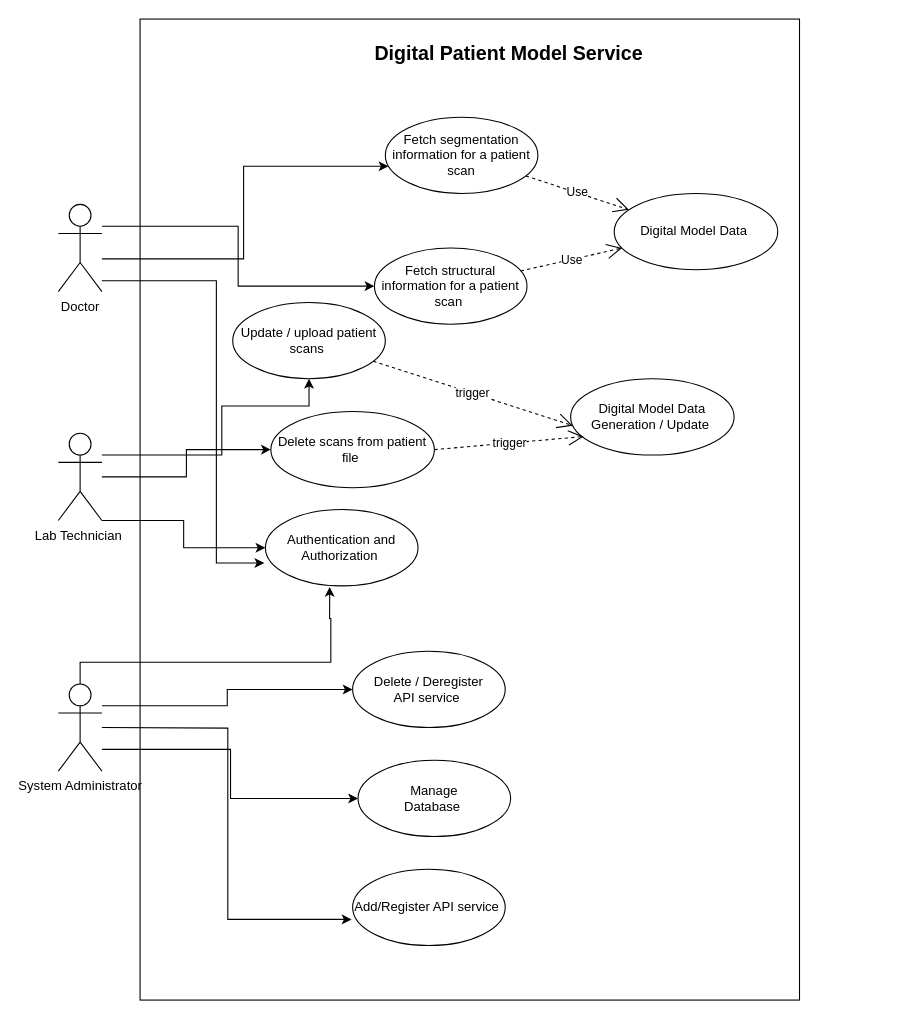
Before: ArchitectureTaskDiagram/usecase-1.drawio in bsuman/jobrelatred, a draw.io diagram. Source tidied: cells renumbered, new cells numbered last; positions are measured from the earlier drawing's top-left corner, leaving out a move shared by most shapes. Both pictures are drawn from the tidied source at 109%, with x=0, y=0 at pixel (58, 19).
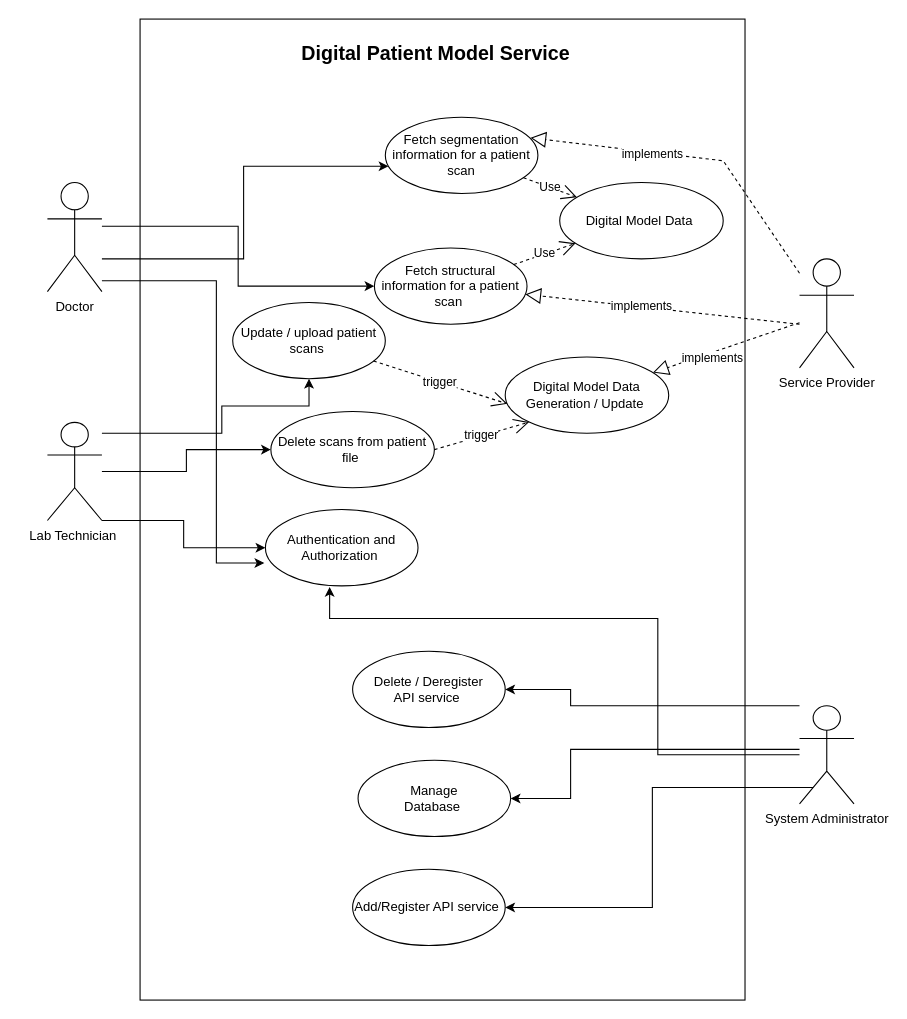
The same page after the edit.

Unchanged cells that the change refers to:
```xml
<mxCell id="16" value="Update / upload patient scans&amp;nbsp;" style="ellipse;whiteSpace=wrap;html=1;" parent="1" vertex="1">
  <mxGeometry x="160" y="260" width="140" height="70" as="geometry" />
</mxCell>
<mxCell id="17" value="Delete scans from patient file&amp;nbsp;" style="ellipse;whiteSpace=wrap;html=1;" parent="1" vertex="1">
  <mxGeometry x="195" y="360" width="150" height="70" as="geometry" />
</mxCell>
<mxCell id="18" value="Fetch structural information for a patient scan&amp;nbsp;" style="ellipse;whiteSpace=wrap;html=1;" parent="1" vertex="1">
  <mxGeometry x="290" y="210" width="140" height="70" as="geometry" />
</mxCell>
<mxCell id="19" value="Fetch segmentation information for a patient scan" style="ellipse;whiteSpace=wrap;html=1;" parent="1" vertex="1">
  <mxGeometry x="300" y="90" width="140" height="70" as="geometry" />
</mxCell>
<mxCell id="20" value="Add/Register API service&amp;nbsp;" style="ellipse;whiteSpace=wrap;html=1;" parent="1" vertex="1">
  <mxGeometry x="270" y="780" width="140" height="70" as="geometry" />
</mxCell>
<mxCell id="21" value="Manage &lt;br&gt;Database&amp;nbsp;" style="ellipse;whiteSpace=wrap;html=1;" parent="1" vertex="1">
  <mxGeometry x="275" y="680" width="140" height="70" as="geometry" />
</mxCell>
<mxCell id="22" value="Delete / Deregister &lt;br&gt;API service&amp;nbsp;" style="ellipse;whiteSpace=wrap;html=1;" parent="1" vertex="1">
  <mxGeometry x="270" y="580" width="140" height="70" as="geometry" />
</mxCell>
<mxCell id="23" value="Authentication and Authorization&amp;nbsp;" style="ellipse;whiteSpace=wrap;html=1;" parent="1" vertex="1">
  <mxGeometry x="190" y="450" width="140" height="70" as="geometry" />
</mxCell>
```

Change to the diagram source:
```diff
@@
     <mxCell id="2" style="rounded=0;whiteSpace=wrap;html=1;" parent="1" vertex="1">
-      <mxGeometry x="75" width="605" height="900" as="geometry" />
+      <mxGeometry x="75" width="555" height="900" as="geometry" />
     </mxCell>
@@
     <mxCell id="6" value="Doctor" style="shape=umlActor;verticalLabelPosition=bottom;verticalAlign=top;html=1;" parent="1" vertex="1">
-      <mxGeometry y="170" width="40" height="80" as="geometry" />
+      <mxGeometry x="-10" y="150" width="50" height="100" as="geometry" />
     </mxCell>
@@
     <mxCell id="8" style="edgeStyle=orthogonalEdgeStyle;rounded=0;jettySize=auto;html=1;" parent="1" edge="1" source="10" target="16">
       <mxGeometry relative="1" as="geometry">
         <Array as="points">
-          <mxPoint x="150" y="400" />
+          <mxPoint x="150" y="380" />
           <mxPoint x="150" y="355" />
+          <mxPoint x="230" y="355" />
         </Array>
       </mxGeometry>
     </mxCell>
@@
     <mxCell id="10" value="Lab Technician&amp;nbsp;" style="shape=umlActor;verticalLabelPosition=bottom;verticalAlign=top;html=1;" parent="1" vertex="1">
-      <mxGeometry y="380" width="40" height="80" as="geometry" />
+      <mxGeometry x="-10" y="370" width="50" height="90" as="geometry" />
     </mxCell>
-    <mxCell id="11" style="edgeStyle=orthogonalEdgeStyle;rounded=0;jettySize=auto;html=1;entryX=-0.007;entryY=0.657;entryDx=0;entryDy=0;entryPerimeter=0;" parent="1" edge="1" target="20">
-      <mxGeometry relative="1" as="geometry">
-        <mxPoint x="40" y="650" as="sourcePoint" />
-      </mxGeometry>
+    <mxCell id="11" style="edgeStyle=orthogonalEdgeStyle;rounded=0;jettySize=auto;html=1;entryX=1;entryY=0.5;entryDx=0;entryDy=0;exitX=0.25;exitY=0.833;exitDx=0;exitDy=0;exitPerimeter=0;" parent="1" edge="1" source="15" target="20">
+      <mxGeometry relative="1" as="geometry" />
     </mxCell>
     <mxCell id="12" style="edgeStyle=orthogonalEdgeStyle;rounded=0;jettySize=auto;html=1;" parent="1" edge="1" source="15" target="22">
       <mxGeometry relative="1" as="geometry">
         <Array as="points">
-          <mxPoint x="155" y="630" />
-          <mxPoint x="155" y="615" />
+          <mxPoint x="470" y="630" />
+          <mxPoint x="470" y="615" />
         </Array>
       </mxGeometry>
     </mxCell>
-    <mxCell id="13" style="edgeStyle=orthogonalEdgeStyle;rounded=0;jettySize=auto;html=1;entryX=0;entryY=0.5;entryDx=0;entryDy=0;" parent="1" edge="1" source="15" target="21">
+    <mxCell id="13" style="edgeStyle=orthogonalEdgeStyle;rounded=0;jettySize=auto;html=1;entryX=1;entryY=0.5;entryDx=0;entryDy=0;" parent="1" edge="1" source="15" target="21">
       <mxGeometry relative="1" as="geometry">
         <Array as="points">
-          <mxPoint x="158" y="670" />
-          <mxPoint x="158" y="715" />
+          <mxPoint x="470" y="670" />
+          <mxPoint x="470" y="715" />
         </Array>
       </mxGeometry>
     </mxCell>
     <mxCell id="14" style="edgeStyle=orthogonalEdgeStyle;rounded=0;jettySize=auto;html=1;entryX=0.421;entryY=1.014;entryDx=0;entryDy=0;entryPerimeter=0;" parent="1" edge="1" source="15" target="23">
       <mxGeometry relative="1" as="geometry">
         <Array as="points">
-          <mxPoint x="20" y="590" />
-          <mxPoint x="250" y="590" />
-          <mxPoint x="250" y="550" />
+          <mxPoint x="550" y="675" />
+          <mxPoint x="550" y="550" />
           <mxPoint x="249" y="550" />
         </Array>
       </mxGeometry>
     </mxCell>
     <mxCell id="15" value="System Administrator" style="shape=umlActor;verticalLabelPosition=bottom;verticalAlign=top;html=1;" parent="1" vertex="1">
-      <mxGeometry y="610" width="40" height="80" as="geometry" />
+      <mxGeometry x="680" y="630" width="50" height="90" as="geometry" />
     </mxCell>
@@
     <mxCell id="24" value="Digital Model Data&amp;nbsp;" style="ellipse;whiteSpace=wrap;html=1;" parent="1" vertex="1">
-      <mxGeometry x="510" y="160" width="150" height="70" as="geometry" />
+      <mxGeometry x="460" y="150" width="150" height="70" as="geometry" />
     </mxCell>
@@
     <mxCell id="28" value="Digital Model Data&lt;br&gt;Generation / Update&amp;nbsp;" style="ellipse;whiteSpace=wrap;html=1;" parent="1" vertex="1">
-      <mxGeometry x="470" y="330" width="150" height="70" as="geometry" />
+      <mxGeometry x="410" y="310" width="150" height="70" as="geometry" />
     </mxCell>
-    <mxCell id="29" value="trigger" style="endArrow=open;endSize=12;dashed=1;html=1;rounded=0;entryX=0.013;entryY=0.614;entryDx=0;entryDy=0;entryPerimeter=0;exitX=1;exitY=0.5;exitDx=0;exitDy=0;" parent="1" edge="1" source="17">
-      <mxGeometry relative="1" as="geometry">
-        <mxPoint x="482" y="383" as="targetPoint" />
-      </mxGeometry>
+    <mxCell id="29" value="trigger" style="endArrow=open;endSize=12;dashed=1;html=1;rounded=0;entryX=0;entryY=1;entryDx=0;entryDy=0;exitX=1;exitY=0.5;exitDx=0;exitDy=0;" parent="1" edge="1" source="17" target="28">
+      <mxGeometry relative="1" as="geometry" />
     </mxCell>
     <mxCell id="30" value="&lt;font style=&quot;font-size: 18px;&quot;&gt;Digital Patient Model Service&lt;/font&gt;" style="text;strokeColor=none;fillColor=none;html=1;fontSize=24;fontStyle=1;verticalAlign=middle;align=center;" parent="1" vertex="1">
-      <mxGeometry x="245" y="10" width="335" height="40" as="geometry" />
+      <mxGeometry x="178" y="10" width="335" height="40" as="geometry" />
     </mxCell>
+    <mxCell id="31" value="Service Provider" style="shape=umlActor;verticalLabelPosition=bottom;verticalAlign=top;html=1;" parent="1" vertex="1">
+      <mxGeometry x="680" y="220" width="50" height="100" as="geometry" />
+    </mxCell>
+    <mxCell id="32" style="endArrow=block;dashed=1;endFill=0;endSize=12;html=1;rounded=0;" parent="1" edge="1" source="31" target="28">
+      <mxGeometry relative="1" as="geometry" />
+    </mxCell>
+    <mxCell id="33" value="implements" style="edgeLabel;html=1;align=center;verticalAlign=middle;" parent="32" vertex="1">
+      <mxGeometry x="0.21" y="4" relative="1" as="geometry" />
+    </mxCell>
+    <mxCell id="34" style="endArrow=block;dashed=1;endFill=0;endSize=12;html=1;rounded=0;entryX=0.95;entryY=0.271;entryDx=0;entryDy=0;entryPerimeter=0;" parent="1" edge="1" source="31" target="19">
+      <mxGeometry relative="1" as="geometry">
+        <Array as="points">
+          <mxPoint x="610" y="130" />
+        </Array>
+      </mxGeometry>
+    </mxCell>
+    <mxCell id="35" value="implements" style="edgeLabel;html=1;align=center;verticalAlign=middle;" parent="34" vertex="1">
+      <mxGeometry x="0.26" y="1" relative="1" as="geometry" />
+    </mxCell>
+    <mxCell id="36" style="endArrow=block;dashed=1;endFill=0;endSize=12;html=1;rounded=0;" parent="1" edge="1" target="18">
+      <mxGeometry relative="1" as="geometry">
+        <mxPoint x="680" y="280" as="sourcePoint" />
+      </mxGeometry>
+    </mxCell>
+    <mxCell id="37" value="implements" style="edgeLabel;html=1;align=center;verticalAlign=middle;" parent="1" vertex="1">
+      <mxGeometry x="540" y="185" as="geometry">
+        <mxPoint x="-6" y="77" as="offset" />
+      </mxGeometry>
+    </mxCell>
```
